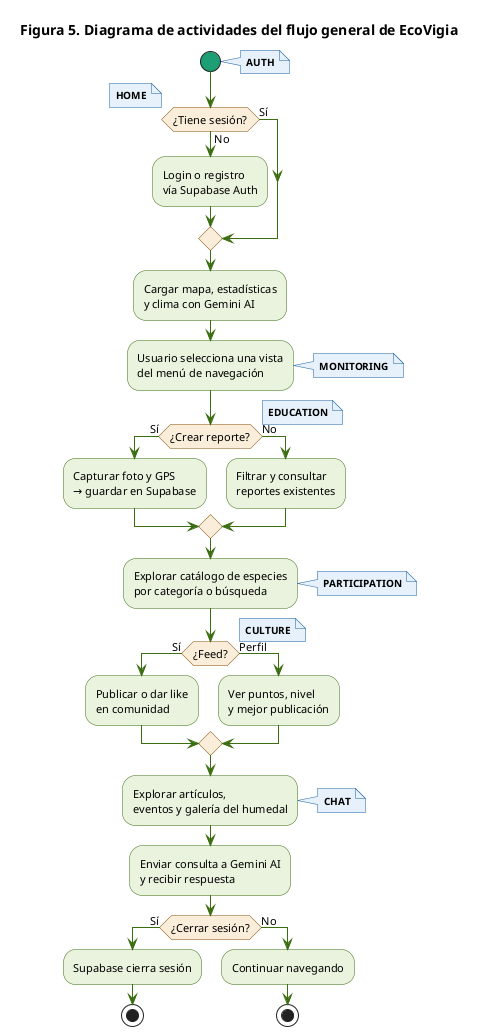
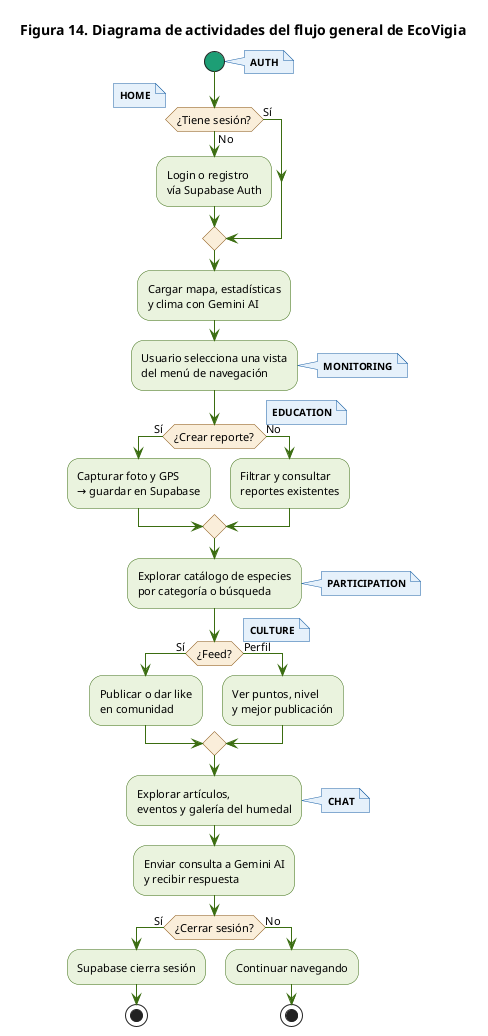
@startuml EcoVigia_Actividades_Compacto

skinparam activity {
  BackgroundColor #EAF3DE
  BorderColor #3B6D11
  StartColor #1D9E75
  EndColor #0F6E56
  FontSize 11
  FontName Arial
}
skinparam activityDiamond {
  BackgroundColor #FAEEDA
  BorderColor #854F0B
  FontSize 11
  FontName Arial
}
skinparam note {
  BackgroundColor #E6F1FB
  BorderColor #185FA5
  FontSize 10
}
skinparam ArrowColor #3B6D11
skinparam DefaultFontName Arial

- title Figura 5. Diagrama de actividades del flujo general de EcoVigia
+ title Figura 14. Diagrama de actividades del flujo general de EcoVigia

start

note right: **AUTH**
if (¿Tiene sesión?) then (No)
  :Login o registro\nvía Supabase Auth;
else (Sí)
endif

note right: **HOME**
:Cargar mapa, estadísticas\ny clima con Gemini AI;

:Usuario selecciona una vista\ndel menú de navegación;

note right: **MONITORING**
if (¿Crear reporte?) then (Sí)
  :Capturar foto y GPS\n→ guardar en Supabase;
else (No)
  :Filtrar y consultar\nreportes existentes;
endif

note right: **EDUCATION**
:Explorar catálogo de especies\npor categoría o búsqueda;

note right: **PARTICIPATION**
if (¿Feed?) then (Sí)
  :Publicar o dar like\nen comunidad;
else (Perfil)
  :Ver puntos, nivel\ny mejor publicación;
endif

note right: **CULTURE**
:Explorar artículos,\neventos y galería del humedal;

note right: **CHAT**
:Enviar consulta a Gemini AI\ny recibir respuesta;

if (¿Cerrar sesión?) then (Sí)
  :Supabase cierra sesión;
  stop
else (No)
  :Continuar navegando;
  stop
endif

@enduml
